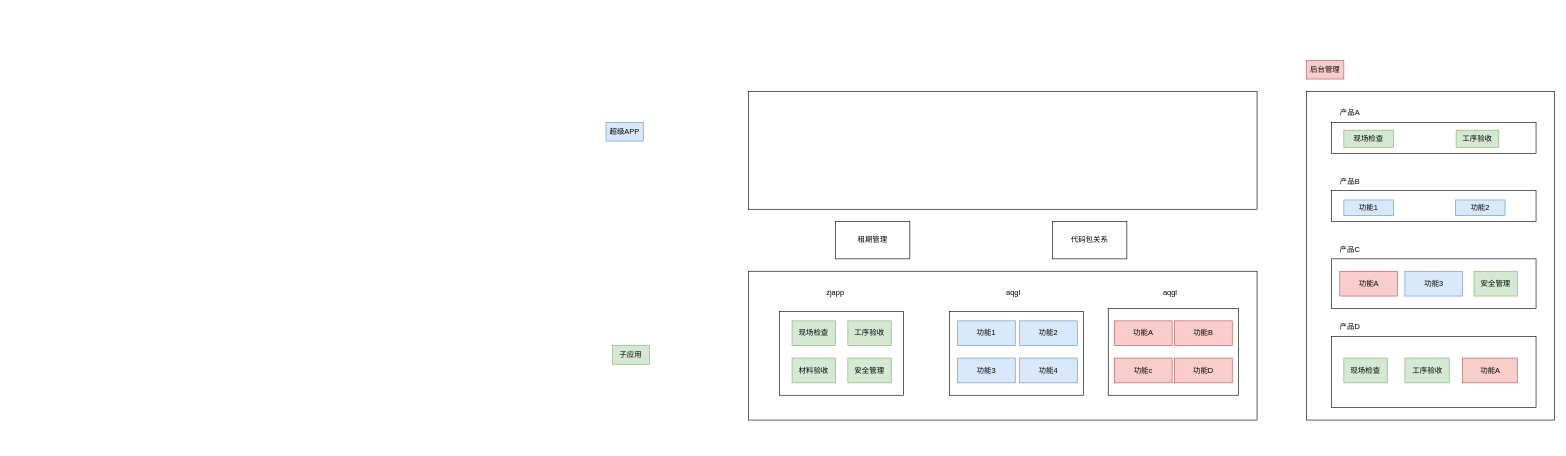
The draw.io diagram super-app-auth/super-app-auth.drawio in jsven/design-draw, before the edit. Source tidied: cells renumbered, new cells numbered last; positions are measured from the earlier drawing's top-left corner, leaving out a move shared by most shapes. Both pictures are drawn from the tidied source at 62%, with x=0, y=0 at pixel (606, 60).
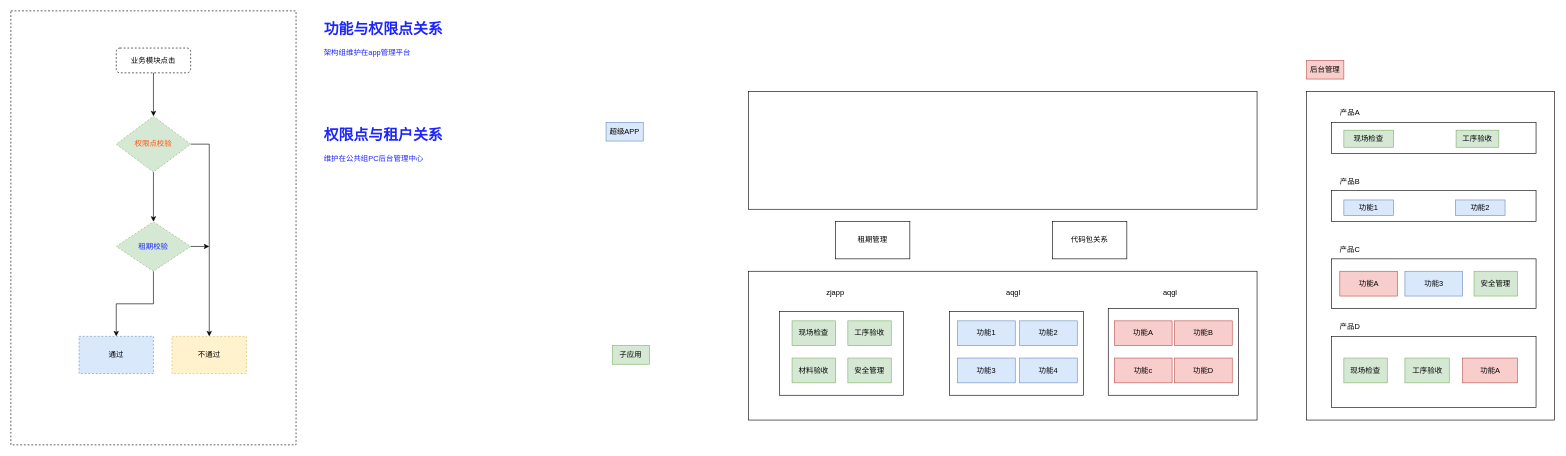
Above is the later version.

The edit, as a diff of the source:
```diff
@@
+    <mxCell id="46" style="rounded=0;whiteSpace=wrap;html=1;dashed=1;fillColor=none;" parent="1" vertex="1">
+      <mxGeometry x="-960" y="-80" width="460" height="700" as="geometry" />
+    </mxCell>
+    <mxCell id="47" style="edgeStyle=orthogonalEdgeStyle;rounded=0;jettySize=auto;html=1;fontColor=#1C24FF;" parent="1" edge="1" source="48" target="51">
+      <mxGeometry relative="1" as="geometry" />
+    </mxCell>
+    <mxCell id="48" value="业务模块点击" style="rounded=1;whiteSpace=wrap;html=1;dashed=1;fillColor=none;" parent="1" vertex="1">
+      <mxGeometry x="-790" y="-20" width="120" height="40" as="geometry" />
+    </mxCell>
+    <mxCell id="49" style="edgeStyle=orthogonalEdgeStyle;rounded=0;jettySize=auto;html=1;entryX=0.5;entryY=0;entryDx=0;entryDy=0;fontColor=#1C24FF;exitX=1;exitY=0.5;exitDx=0;exitDy=0;" parent="1" edge="1" source="51" target="56">
+      <mxGeometry relative="1" as="geometry">
+        <Array as="points">
+          <mxPoint x="-640" y="135" />
+        </Array>
+      </mxGeometry>
+    </mxCell>
+    <mxCell id="50" style="edgeStyle=orthogonalEdgeStyle;rounded=0;jettySize=auto;html=1;fontColor=#1C24FF;" parent="1" edge="1" source="51" target="54">
+      <mxGeometry relative="1" as="geometry" />
+    </mxCell>
+    <mxCell id="51" value="权限点校验" style="rhombus;whiteSpace=wrap;html=1;dashed=1;fillColor=#d5e8d4;strokeColor=#82b366;fontColor=#FF5112;" parent="1" vertex="1">
+      <mxGeometry x="-790" y="90" width="120" height="90" as="geometry" />
+    </mxCell>
+    <mxCell id="52" style="edgeStyle=orthogonalEdgeStyle;rounded=0;jettySize=auto;html=1;fontColor=#1C24FF;" parent="1" edge="1" source="54">
+      <mxGeometry relative="1" as="geometry">
+        <mxPoint x="-640" y="300" as="targetPoint" />
+      </mxGeometry>
+    </mxCell>
+    <mxCell id="53" style="edgeStyle=orthogonalEdgeStyle;rounded=0;jettySize=auto;html=1;entryX=0.5;entryY=0;entryDx=0;entryDy=0;fontColor=#1C24FF;" parent="1" edge="1" source="54" target="55">
+      <mxGeometry relative="1" as="geometry" />
+    </mxCell>
+    <mxCell id="54" value="租期校验" style="rhombus;whiteSpace=wrap;html=1;dashed=1;fillColor=#d5e8d4;strokeColor=#82b366;fontColor=#1C24FF;" parent="1" vertex="1">
+      <mxGeometry x="-790" y="260" width="120" height="80" as="geometry" />
+    </mxCell>
+    <mxCell id="55" value="通过" style="rounded=0;whiteSpace=wrap;html=1;dashed=1;fillColor=#dae8fc;strokeColor=#6c8ebf;" parent="1" vertex="1">
+      <mxGeometry x="-850" y="445" width="120" height="60" as="geometry" />
+    </mxCell>
+    <mxCell id="56" value="不通过" style="rounded=0;whiteSpace=wrap;html=1;dashed=1;fillColor=#fff2cc;strokeColor=#d6b656;" parent="1" vertex="1">
+      <mxGeometry x="-700" y="445" width="120" height="60" as="geometry" />
+    </mxCell>
+    <mxCell id="57" value="&lt;h1&gt;功能与权限点关系&lt;/h1&gt;&lt;p&gt;架构组维护在app管理平台&lt;/p&gt;" style="text;html=1;strokeColor=none;fillColor=none;spacing=5;spacingTop=-20;whiteSpace=wrap;overflow=hidden;rounded=0;dashed=1;fontColor=#1C24FF;" parent="1" vertex="1">
+      <mxGeometry x="-460" y="-70" width="250" height="120" as="geometry" />
+    </mxCell>
+    <mxCell id="58" value="&lt;h1&gt;权限点与租户关系&lt;/h1&gt;&lt;p&gt;维护在公共组PC后台管理中心&lt;/p&gt;" style="text;html=1;strokeColor=none;fillColor=none;spacing=5;spacingTop=-20;whiteSpace=wrap;overflow=hidden;rounded=0;dashed=1;fontColor=#1C24FF;" parent="1" vertex="1">
+      <mxGeometry x="-460" y="100" width="250" height="120" as="geometry" />
+    </mxCell>
```
